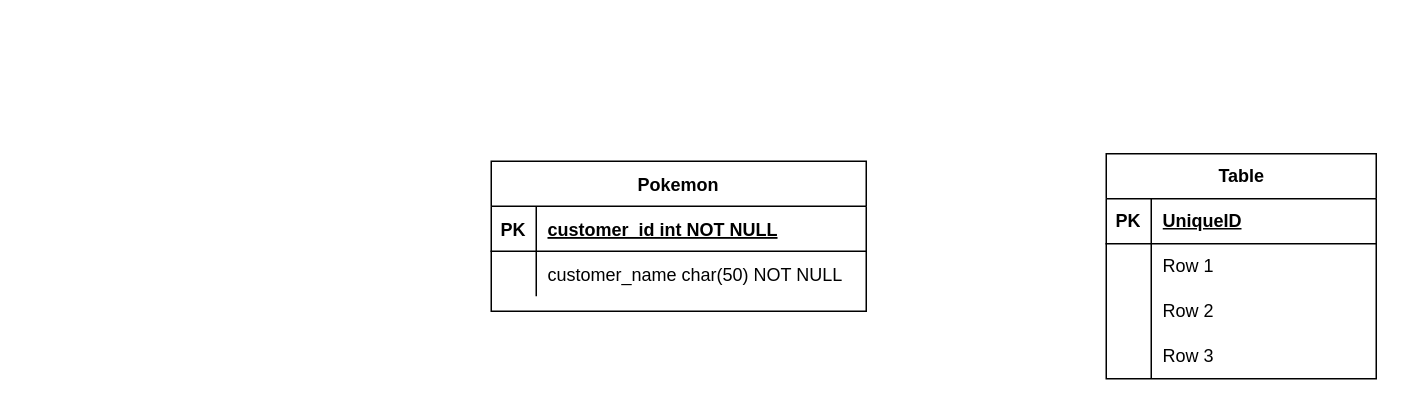
Before: Untitled Diagram.drawio in YaolinTan/test, a draw.io diagram. Source tidied: cells renumbered, new cells numbered last; positions are measured from the earlier drawing's top-left corner, leaving out a move shared by most shapes. Both pictures are drawn from the tidied source at 150%, with x=0, y=0 at pixel (490, 153).
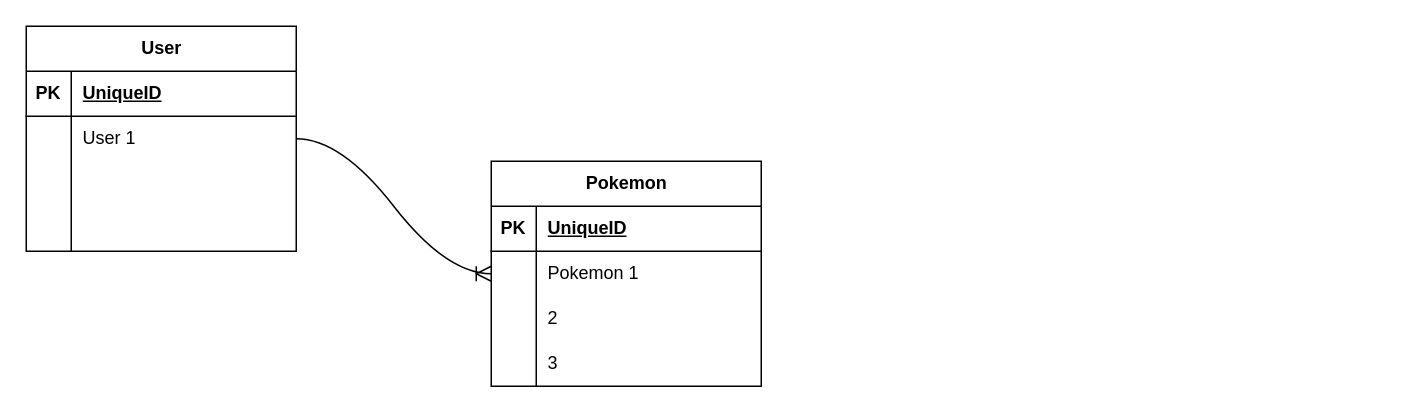
The same diagram, later.

What changed in the source:
```diff
@@
+    <mxCell id="22" value="User" style="shape=table;startSize=30;childLayout=tableLayout;rowLines=0;fontStyle=1;align=center;html=1;" parent="1" vertex="1">
+      <mxGeometry x="-310" y="-85" width="180" height="150" as="geometry" />
+    </mxCell>
+    <mxCell id="23" style="shape=tableRow;horizontal=0;startSize=0;swimlaneHead=0;swimlaneBody=0;fillColor=none;top=0;left=0;right=0;bottom=1;" parent="22" vertex="1">
+      <mxGeometry y="30" width="180" height="30" as="geometry" />
+    </mxCell>
+    <mxCell id="24" value="PK" style="shape=partialRectangle;fillColor=none;top=0;left=0;bottom=0;right=0;fontStyle=1;overflow=hidden;whiteSpace=wrap;html=1;" parent="23" vertex="1">
+      <mxGeometry width="30" height="30" as="geometry" />
+    </mxCell>
+    <mxCell id="25" value="UniqueID" style="shape=partialRectangle;fillColor=none;top=0;left=0;bottom=0;right=0;align=left;spacingLeft=6;fontStyle=5;overflow=hidden;whiteSpace=wrap;html=1;" parent="23" vertex="1">
+      <mxGeometry x="30" width="150" height="30" as="geometry" />
+    </mxCell>
+    <mxCell id="26" style="shape=tableRow;horizontal=0;startSize=0;swimlaneHead=0;swimlaneBody=0;fillColor=none;points=[[0,0.5],[1,0.5]];portConstraint=eastwest;top=0;left=0;right=0;bottom=0;" parent="22" vertex="1">
+      <mxGeometry y="60" width="180" height="30" as="geometry" />
+    </mxCell>
+    <mxCell id="27" style="shape=partialRectangle;fillColor=none;top=0;left=0;bottom=0;right=0;overflow=hidden;whiteSpace=wrap;html=1;" parent="26" vertex="1">
+      <mxGeometry width="30" height="30" as="geometry" />
+    </mxCell>
+    <mxCell id="28" value="User 1" style="shape=partialRectangle;fillColor=none;top=0;left=0;bottom=0;right=0;align=left;spacingLeft=6;overflow=hidden;whiteSpace=wrap;html=1;" parent="26" vertex="1">
+      <mxGeometry x="30" width="150" height="30" as="geometry" />
+    </mxCell>
+    <mxCell id="29" style="shape=tableRow;horizontal=0;startSize=0;swimlaneHead=0;swimlaneBody=0;fillColor=none;top=0;left=0;right=0;bottom=0;" parent="22" vertex="1">
+      <mxGeometry y="90" width="180" height="30" as="geometry" />
+    </mxCell>
+    <mxCell id="30" style="shape=partialRectangle;fillColor=none;top=0;left=0;bottom=0;right=0;overflow=hidden;whiteSpace=wrap;html=1;" parent="29" vertex="1">
+      <mxGeometry width="30" height="30" as="geometry" />
+    </mxCell>
+    <mxCell id="31" style="shape=partialRectangle;fillColor=none;top=0;left=0;bottom=0;right=0;align=left;spacingLeft=6;overflow=hidden;whiteSpace=wrap;html=1;" parent="29" vertex="1">
+      <mxGeometry x="30" width="150" height="30" as="geometry" />
+    </mxCell>
+    <mxCell id="32" style="shape=tableRow;horizontal=0;startSize=0;swimlaneHead=0;swimlaneBody=0;fillColor=none;top=0;left=0;right=0;bottom=0;" parent="22" vertex="1">
+      <mxGeometry y="120" width="180" height="30" as="geometry" />
+    </mxCell>
+    <mxCell id="33" style="shape=partialRectangle;fillColor=none;top=0;left=0;bottom=0;right=0;overflow=hidden;whiteSpace=wrap;html=1;" parent="32" vertex="1">
+      <mxGeometry width="30" height="30" as="geometry" />
+    </mxCell>
+    <mxCell id="34" style="shape=partialRectangle;fillColor=none;top=0;left=0;bottom=0;right=0;align=left;spacingLeft=6;overflow=hidden;whiteSpace=wrap;html=1;" parent="32" vertex="1">
+      <mxGeometry x="30" width="150" height="30" as="geometry" />
+    </mxCell>
-    <mxCell id="2" value="Pokemon" style="shape=table;startSize=30;childLayout=tableLayout;rowLines=0;fontStyle=1;align=center;" parent="1" vertex="1">
-      <mxGeometry y="5" width="250" height="100" as="geometry" />
+    <mxCell id="2" value="Pokemon" style="shape=table;startSize=30;childLayout=tableLayout;rowLines=0;fontStyle=1;align=center;html=1;" parent="1" vertex="1">
+      <mxGeometry y="5" width="180" height="150" as="geometry" />
     </mxCell>
-    <mxCell id="3" style="shape=partialRectangle;fillColor=none;top=0;left=0;right=0;bottom=1;" parent="2" vertex="1">
-      <mxGeometry y="30" width="250" height="30" as="geometry" />
-    </mxCell>
-    <mxCell id="4" value="PK" style="shape=partialRectangle;overflow=hidden;fillColor=none;top=0;left=0;bottom=0;right=0;fontStyle=1;" parent="3" vertex="1">
-      <mxGeometry width="30" height="30" as="geometry" />
-    </mxCell>
-    <mxCell id="5" value="customer_id int NOT NULL " style="shape=partialRectangle;overflow=hidden;fillColor=none;top=0;left=0;bottom=0;right=0;align=left;spacingLeft=6;fontStyle=5;" parent="3" vertex="1">
-      <mxGeometry x="30" width="220" height="30" as="geometry" />
-    </mxCell>
-    <mxCell id="6" style="shape=partialRectangle;fillColor=none;top=0;left=0;right=0;bottom=0;" parent="2" vertex="1">
-      <mxGeometry y="60" width="250" height="30" as="geometry" />
-    </mxCell>
-    <mxCell id="7" style="shape=partialRectangle;overflow=hidden;fillColor=none;top=0;left=0;bottom=0;right=0;" parent="6" vertex="1">
-      <mxGeometry width="30" height="30" as="geometry" />
-    </mxCell>
-    <mxCell id="8" value="customer_name char(50) NOT NULL" style="shape=partialRectangle;overflow=hidden;fillColor=none;top=0;left=0;bottom=0;right=0;align=left;spacingLeft=6;" parent="6" vertex="1">
-      <mxGeometry x="30" width="220" height="30" as="geometry" />
-    </mxCell>
-    <mxCell id="9" value="Table" style="shape=table;startSize=30;childLayout=tableLayout;rowLines=0;fontStyle=1;align=center;html=1;" parent="1" vertex="1">
-      <mxGeometry x="410" width="180" height="150" as="geometry" />
-    </mxCell>
-    <mxCell id="10" style="shape=tableRow;horizontal=0;startSize=0;swimlaneHead=0;swimlaneBody=0;fillColor=none;top=0;left=0;right=0;bottom=1;" parent="9" vertex="1">
-      <mxGeometry y="30" width="180" height="30" as="geometry" />
-    </mxCell>
-    <mxCell id="11" value="PK" style="shape=partialRectangle;fillColor=none;top=0;left=0;bottom=0;right=0;fontStyle=1;overflow=hidden;whiteSpace=wrap;html=1;" parent="10" vertex="1">
-      <mxGeometry width="30" height="30" as="geometry" />
-    </mxCell>
-    <mxCell id="12" value="UniqueID" style="shape=partialRectangle;fillColor=none;top=0;left=0;bottom=0;right=0;align=left;spacingLeft=6;fontStyle=5;overflow=hidden;whiteSpace=wrap;html=1;" parent="10" vertex="1">
-      <mxGeometry x="30" width="150" height="30" as="geometry" />
-    </mxCell>
-    <mxCell id="13" style="shape=tableRow;horizontal=0;startSize=0;swimlaneHead=0;swimlaneBody=0;fillColor=none;top=0;left=0;right=0;bottom=0;" parent="9" vertex="1">
-      <mxGeometry y="60" width="180" height="30" as="geometry" />
-    </mxCell>
-    <mxCell id="14" style="shape=partialRectangle;fillColor=none;top=0;left=0;bottom=0;right=0;overflow=hidden;whiteSpace=wrap;html=1;" parent="13" vertex="1">
-      <mxGeometry width="30" height="30" as="geometry" />
-    </mxCell>
-    <mxCell id="15" value="Row 1" style="shape=partialRectangle;fillColor=none;top=0;left=0;bottom=0;right=0;align=left;spacingLeft=6;overflow=hidden;whiteSpace=wrap;html=1;" parent="13" vertex="1">
-      <mxGeometry x="30" width="150" height="30" as="geometry" />
-    </mxCell>
-    <mxCell id="16" style="shape=tableRow;horizontal=0;startSize=0;swimlaneHead=0;swimlaneBody=0;fillColor=none;top=0;left=0;right=0;bottom=0;" parent="9" vertex="1">
-      <mxGeometry y="90" width="180" height="30" as="geometry" />
-    </mxCell>
-    <mxCell id="17" style="shape=partialRectangle;fillColor=none;top=0;left=0;bottom=0;right=0;overflow=hidden;whiteSpace=wrap;html=1;" parent="16" vertex="1">
-      <mxGeometry width="30" height="30" as="geometry" />
-    </mxCell>
-    <mxCell id="18" value="Row 2" style="shape=partialRectangle;fillColor=none;top=0;left=0;bottom=0;right=0;align=left;spacingLeft=6;overflow=hidden;whiteSpace=wrap;html=1;" parent="16" vertex="1">
-      <mxGeometry x="30" width="150" height="30" as="geometry" />
-    </mxCell>
-    <mxCell id="19" style="shape=tableRow;horizontal=0;startSize=0;swimlaneHead=0;swimlaneBody=0;fillColor=none;top=0;left=0;right=0;bottom=0;" parent="9" vertex="1">
-      <mxGeometry y="120" width="180" height="30" as="geometry" />
-    </mxCell>
-    <mxCell id="20" style="shape=partialRectangle;fillColor=none;top=0;left=0;bottom=0;right=0;overflow=hidden;whiteSpace=wrap;html=1;" parent="19" vertex="1">
-      <mxGeometry width="30" height="30" as="geometry" />
-    </mxCell>
-    <mxCell id="21" value="Row 3" style="shape=partialRectangle;fillColor=none;top=0;left=0;bottom=0;right=0;align=left;spacingLeft=6;overflow=hidden;whiteSpace=wrap;html=1;" parent="19" vertex="1">
-      <mxGeometry x="30" width="150" height="30" as="geometry" />
-    </mxCell>
+    <mxCell id="35" style="shape=tableRow;horizontal=0;startSize=0;swimlaneHead=0;swimlaneBody=0;fillColor=none;top=0;left=0;right=0;bottom=1;" parent="2" vertex="1">
+      <mxGeometry y="30" width="180" height="30" as="geometry" />
+    </mxCell>
+    <mxCell id="36" value="PK" style="shape=partialRectangle;fillColor=none;top=0;left=0;bottom=0;right=0;fontStyle=1;overflow=hidden;whiteSpace=wrap;html=1;" parent="35" vertex="1">
+      <mxGeometry width="30" height="30" as="geometry" />
+    </mxCell>
+    <mxCell id="37" value="UniqueID" style="shape=partialRectangle;fillColor=none;top=0;left=0;bottom=0;right=0;align=left;spacingLeft=6;fontStyle=5;overflow=hidden;whiteSpace=wrap;html=1;" parent="35" vertex="1">
+      <mxGeometry x="30" width="150" height="30" as="geometry" />
+    </mxCell>
+    <mxCell id="38" style="shape=tableRow;horizontal=0;startSize=0;swimlaneHead=0;swimlaneBody=0;fillColor=none;points=[[0,0.5],[1,0.5]];portConstraint=eastwest;top=0;left=0;right=0;bottom=0;" parent="2" vertex="1">
+      <mxGeometry y="60" width="180" height="30" as="geometry" />
+    </mxCell>
+    <mxCell id="39" style="shape=partialRectangle;fillColor=none;top=0;left=0;bottom=0;right=0;overflow=hidden;whiteSpace=wrap;html=1;" parent="38" vertex="1">
+      <mxGeometry width="30" height="30" as="geometry" />
+    </mxCell>
+    <mxCell id="40" value="Pokemon 1" style="shape=partialRectangle;fillColor=none;top=0;left=0;bottom=0;right=0;align=left;spacingLeft=6;overflow=hidden;whiteSpace=wrap;html=1;" parent="38" vertex="1">
+      <mxGeometry x="30" width="150" height="30" as="geometry" />
+    </mxCell>
+    <mxCell id="41" style="shape=tableRow;horizontal=0;startSize=0;swimlaneHead=0;swimlaneBody=0;fillColor=none;top=0;left=0;right=0;bottom=0;" parent="2" vertex="1">
+      <mxGeometry y="90" width="180" height="30" as="geometry" />
+    </mxCell>
+    <mxCell id="42" style="shape=partialRectangle;fillColor=none;top=0;left=0;bottom=0;right=0;overflow=hidden;whiteSpace=wrap;html=1;" parent="41" vertex="1">
+      <mxGeometry width="30" height="30" as="geometry" />
+    </mxCell>
+    <mxCell id="43" value="2" style="shape=partialRectangle;fillColor=none;top=0;left=0;bottom=0;right=0;align=left;spacingLeft=6;overflow=hidden;whiteSpace=wrap;html=1;" parent="41" vertex="1">
+      <mxGeometry x="30" width="150" height="30" as="geometry" />
+    </mxCell>
+    <mxCell id="44" style="shape=tableRow;horizontal=0;startSize=0;swimlaneHead=0;swimlaneBody=0;fillColor=none;top=0;left=0;right=0;bottom=0;" parent="2" vertex="1">
+      <mxGeometry y="120" width="180" height="30" as="geometry" />
+    </mxCell>
+    <mxCell id="45" style="shape=partialRectangle;fillColor=none;top=0;left=0;bottom=0;right=0;overflow=hidden;whiteSpace=wrap;html=1;" parent="44" vertex="1">
+      <mxGeometry width="30" height="30" as="geometry" />
+    </mxCell>
+    <mxCell id="46" value="3" style="shape=partialRectangle;fillColor=none;top=0;left=0;bottom=0;right=0;align=left;spacingLeft=6;overflow=hidden;whiteSpace=wrap;html=1;" parent="44" vertex="1">
+      <mxGeometry x="30" width="150" height="30" as="geometry" />
+    </mxCell>
+    <mxCell id="47" style="edgeStyle=entityRelationEdgeStyle;fontSize=12;html=1;endArrow=ERoneToMany;rounded=0;startSize=8;endSize=8;curved=1;exitX=1;exitY=0.5;exitDx=0;exitDy=0;entryX=0;entryY=0.5;entryDx=0;entryDy=0;" parent="1" edge="1" source="26" target="38">
+      <mxGeometry relative="1" as="geometry" />
+    </mxCell>
```
